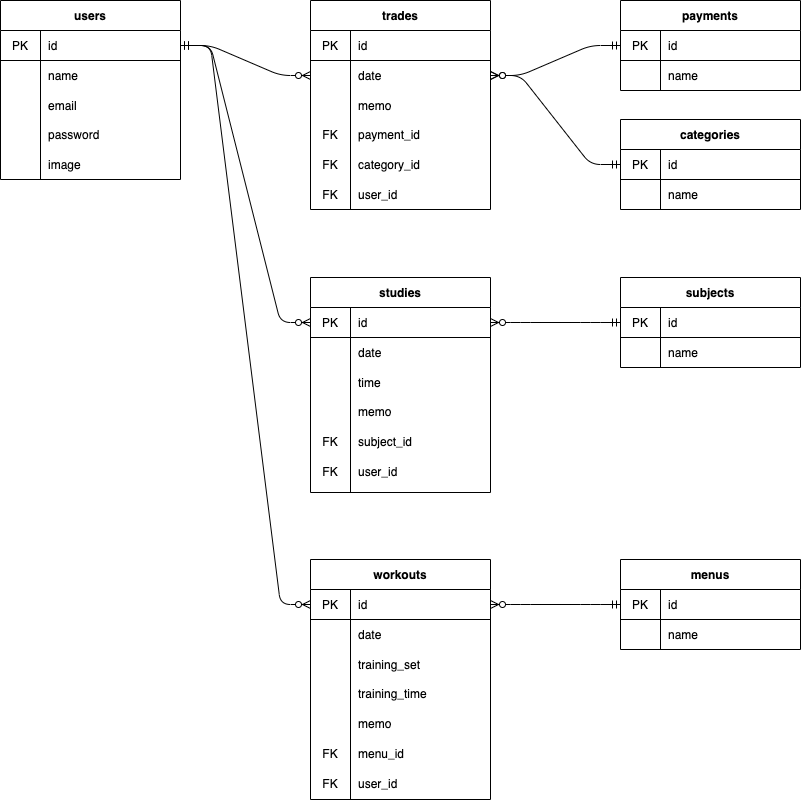
Above: docs/ER図.png in ks1590/rabbit (draw.io), before the change. Source tidied: cells renumbered, new cells last; positions are measured from the earlier drawing's top-left corner, leaving out a move shared by most shapes.
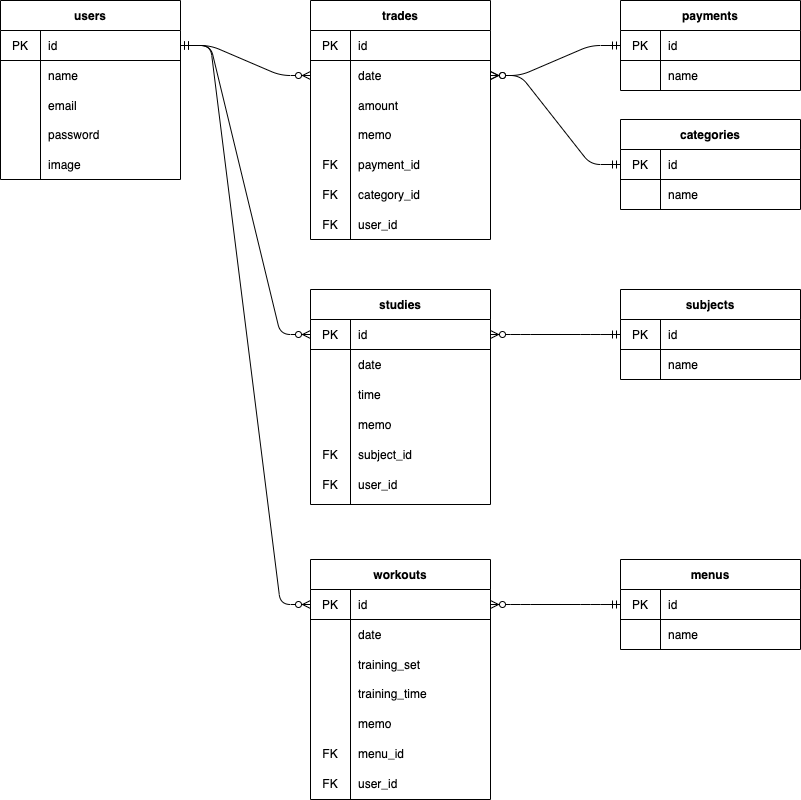
Later version of the same file.

Commit message:
ER図、テーブル定義修正

Change to the diagram source:
```diff
@@ -3,7 +3,7 @@
     <mxCell id="0" />
     <mxCell id="1" parent="0" />
     <mxCell id="2" value="subjects" style="shape=table;html=1;whiteSpace=wrap;startSize=30;rowLines=0;fontStyle=1;align=center;" parent="1" vertex="1">
-      <mxGeometry x="620" y="277" width="180" height="90" as="geometry" />
+      <mxGeometry x="620" y="289" width="180" height="90" as="geometry" />
     </mxCell>
     <mxCell id="3" style="shape=partialRectangle;html=1;whiteSpace=wrap;fillColor=none;top=0;left=0;bottom=1;right=0;points=[[0,0.5],[1,0.5]];portConstraint=eastwest;" parent="2" vertex="1">
       <mxGeometry y="30" width="180" height="30" as="geometry" />
@@ -27,7 +27,7 @@
       <mxGeometry x="40" y="119" width="140" height="30" as="geometry" />
     </mxCell>
     <mxCell id="10" value="trades" style="shape=table;html=1;whiteSpace=wrap;startSize=30;rowLines=0;fontStyle=1;align=center;" parent="1" vertex="1">
-      <mxGeometry x="310" width="180" height="209" as="geometry" />
+      <mxGeometry x="310" width="180" height="239" as="geometry" />
     </mxCell>
     <mxCell id="11" style="shape=partialRectangle;html=1;whiteSpace=wrap;fillColor=none;top=0;left=0;bottom=1;right=0;" parent="10" vertex="1">
       <mxGeometry y="30" width="180" height="30" as="geometry" />
@@ -53,20 +53,20 @@
     <mxCell id="18" style="shape=partialRectangle;html=1;whiteSpace=wrap;fillColor=none;top=0;left=0;bottom=0;right=0;overflow=hidden;" parent="17" vertex="1">
       <mxGeometry width="40" height="30" as="geometry" />
     </mxCell>
-    <mxCell id="19" value="memo" style="shape=partialRectangle;html=1;whiteSpace=wrap;fillColor=none;top=0;left=0;bottom=0;right=0;align=left;spacingLeft=6;overflow=hidden;" parent="17" vertex="1">
+    <mxCell id="19" value="amount" style="shape=partialRectangle;html=1;whiteSpace=wrap;fillColor=none;top=0;left=0;bottom=0;right=0;align=left;spacingLeft=6;overflow=hidden;" parent="17" vertex="1">
       <mxGeometry x="40" width="140" height="30" as="geometry" />
     </mxCell>
     <mxCell id="20" value="payment_id" style="shape=partialRectangle;html=1;whiteSpace=wrap;fillColor=none;top=0;left=0;bottom=0;right=0;align=left;spacingLeft=6;overflow=hidden;" parent="1" vertex="1">
-      <mxGeometry x="350" y="119" width="140" height="30" as="geometry" />
+      <mxGeometry x="350" y="149" width="140" height="30" as="geometry" />
     </mxCell>
     <mxCell id="21" value="category_id" style="shape=partialRectangle;html=1;whiteSpace=wrap;fillColor=none;top=0;left=0;bottom=0;right=0;align=left;spacingLeft=6;overflow=hidden;" parent="1" vertex="1">
-      <mxGeometry x="350" y="149" width="140" height="30" as="geometry" />
+      <mxGeometry x="350" y="179" width="140" height="30" as="geometry" />
     </mxCell>
     <mxCell id="22" value="user_id" style="shape=partialRectangle;html=1;whiteSpace=wrap;fillColor=none;top=0;left=0;bottom=0;right=0;align=left;spacingLeft=6;overflow=hidden;" parent="1" vertex="1">
-      <mxGeometry x="350" y="179" width="140" height="30" as="geometry" />
+      <mxGeometry x="350" y="209" width="140" height="30" as="geometry" />
     </mxCell>
     <mxCell id="23" value="studies" style="shape=table;html=1;whiteSpace=wrap;startSize=30;rowLines=0;fontStyle=1;align=center;" parent="1" vertex="1">
-      <mxGeometry x="310" y="277" width="180" height="215" as="geometry" />
+      <mxGeometry x="310" y="289" width="180" height="215" as="geometry" />
     </mxCell>
     <mxCell id="24" style="shape=partialRectangle;html=1;whiteSpace=wrap;fillColor=none;top=0;left=0;bottom=1;right=0;points=[[0,0.5],[1,0.5]];portConstraint=eastwest;" parent="23" vertex="1">
       <mxGeometry y="30" width="180" height="30" as="geometry" />
@@ -96,13 +96,13 @@
       <mxGeometry x="40" width="140" height="30" as="geometry" />
     </mxCell>
     <mxCell id="33" value="memo" style="shape=partialRectangle;html=1;whiteSpace=wrap;fillColor=none;top=0;left=0;bottom=0;right=0;align=left;spacingLeft=6;overflow=hidden;" parent="1" vertex="1">
-      <mxGeometry x="350" y="396" width="140" height="30" as="geometry" />
+      <mxGeometry x="350" y="409" width="140" height="30" as="geometry" />
     </mxCell>
     <mxCell id="34" value="subject_id" style="shape=partialRectangle;html=1;whiteSpace=wrap;fillColor=none;top=0;left=0;bottom=0;right=0;align=left;spacingLeft=6;overflow=hidden;" parent="1" vertex="1">
-      <mxGeometry x="350" y="426" width="140" height="30" as="geometry" />
+      <mxGeometry x="350" y="439" width="140" height="30" as="geometry" />
     </mxCell>
     <mxCell id="35" value="user_id" style="shape=partialRectangle;html=1;whiteSpace=wrap;fillColor=none;top=0;left=0;bottom=0;right=0;align=left;spacingLeft=6;overflow=hidden;" parent="1" vertex="1">
-      <mxGeometry x="350" y="456" width="140" height="30" as="geometry" />
+      <mxGeometry x="350" y="469" width="140" height="30" as="geometry" />
     </mxCell>
     <mxCell id="36" value="workouts" style="shape=table;html=1;whiteSpace=wrap;startSize=30;rowLines=0;fontStyle=1;align=center;" parent="1" vertex="1">
       <mxGeometry x="310" y="559" width="180" height="240" as="geometry" />
@@ -249,13 +249,13 @@
       <mxGeometry relative="1" as="geometry" />
     </mxCell>
     <mxCell id="84" value="FK" style="shape=partialRectangle;html=1;whiteSpace=wrap;fillColor=none;top=0;left=0;bottom=0;right=0;overflow=hidden;" parent="1" vertex="1">
-      <mxGeometry x="310" y="119" width="40" height="30" as="geometry" />
+      <mxGeometry x="310" y="149" width="40" height="30" as="geometry" />
     </mxCell>
     <mxCell id="85" value="FK" style="shape=partialRectangle;html=1;whiteSpace=wrap;fillColor=none;top=0;left=0;bottom=0;right=0;overflow=hidden;" parent="1" vertex="1">
-      <mxGeometry x="310" y="149" width="40" height="30" as="geometry" />
+      <mxGeometry x="310" y="179" width="40" height="30" as="geometry" />
     </mxCell>
     <mxCell id="86" value="FK" style="shape=partialRectangle;html=1;whiteSpace=wrap;fillColor=none;top=0;left=0;bottom=0;right=0;overflow=hidden;" parent="1" vertex="1">
-      <mxGeometry x="310" y="426" width="40" height="30" as="geometry" />
+      <mxGeometry x="310" y="439" width="40" height="30" as="geometry" />
     </mxCell>
     <mxCell id="87" value="FK" style="shape=partialRectangle;html=1;whiteSpace=wrap;fillColor=none;top=0;left=0;bottom=0;right=0;overflow=hidden;" parent="1" vertex="1">
       <mxGeometry x="310" y="738" width="40" height="30" as="geometry" />
@@ -276,13 +276,16 @@
       <mxGeometry x="40" y="149" width="140" height="30" as="geometry" />
     </mxCell>
     <mxCell id="93" value="FK" style="shape=partialRectangle;html=1;whiteSpace=wrap;fillColor=none;top=0;left=0;bottom=0;right=0;overflow=hidden;" parent="1" vertex="1">
-      <mxGeometry x="310" y="179" width="40" height="30" as="geometry" />
+      <mxGeometry x="310" y="209" width="40" height="30" as="geometry" />
     </mxCell>
     <mxCell id="94" value="FK" style="shape=partialRectangle;html=1;whiteSpace=wrap;fillColor=none;top=0;left=0;bottom=0;right=0;overflow=hidden;" parent="1" vertex="1">
-      <mxGeometry x="310" y="456" width="40" height="30" as="geometry" />
+      <mxGeometry x="310" y="469" width="40" height="30" as="geometry" />
     </mxCell>
     <mxCell id="95" value="FK" style="shape=partialRectangle;html=1;whiteSpace=wrap;fillColor=none;top=0;left=0;bottom=0;right=0;overflow=hidden;" parent="1" vertex="1">
       <mxGeometry x="310" y="768" width="40" height="30" as="geometry" />
     </mxCell>
+    <mxCell id="96" value="memo" style="shape=partialRectangle;html=1;whiteSpace=wrap;fillColor=none;top=0;left=0;bottom=0;right=0;align=left;spacingLeft=6;overflow=hidden;" parent="1" vertex="1">
+      <mxGeometry x="350" y="119" width="140" height="30" as="geometry" />
+    </mxCell>
   </root>
 </mxGraphModel>
```
